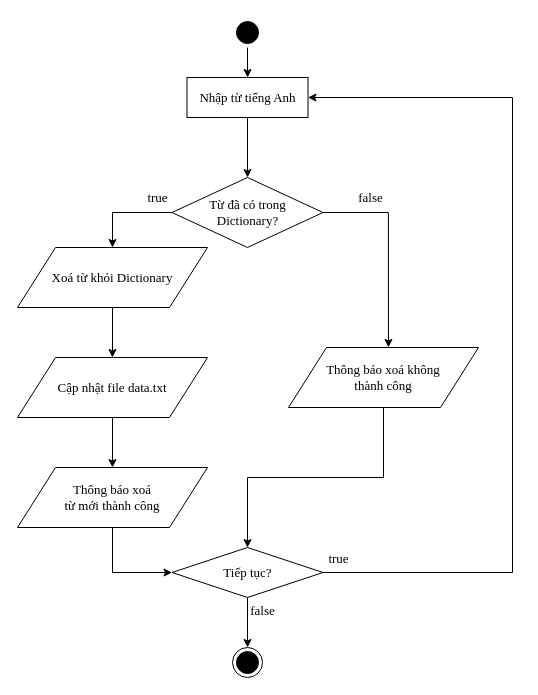
Earlier version of the draw.io diagram page "delete" (5 of 6) of docs/diagram/function.drawio (daomtthuan/dictionary). Source tidied: cells renumbered, new cells numbered last; positions are measured from the earlier drawing's top-left corner, leaving out a move shared by most shapes. Both pictures are drawn from the tidied source at 100%, with x=0, y=0 at pixel (17, 17).
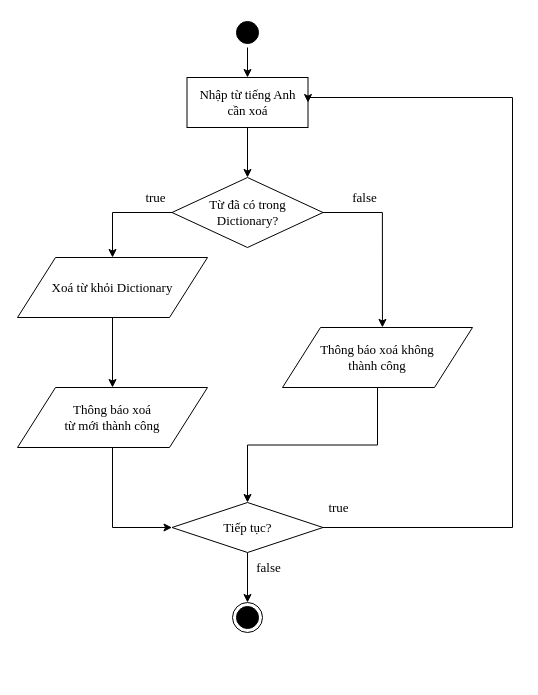
Above is the later version.

What changed in the source:
```diff
@@
-    <mxCell id="4" value="Nhập từ tiếng Anh" style="html=1;dashed=0;whitespace=wrap;strokeColor=#000000;fontFamily=Times New Roman;fontSize=13;" parent="1" vertex="1">
-      <mxGeometry x="169.5" y="60" width="121" height="40" as="geometry" />
+    <mxCell id="4" value="Nhập từ tiếng Anh&lt;br&gt;cần xoá" style="html=1;dashed=0;whitespace=wrap;strokeColor=#000000;fontFamily=Times New Roman;fontSize=13;" parent="1" vertex="1">
+      <mxGeometry x="169.5" y="60" width="121" height="50" as="geometry" />
     </mxCell>
@@
     <mxCell id="9" value="Thông báo xoá không&lt;br&gt;thành công" style="shape=parallelogram;perimeter=parallelogramPerimeter;whiteSpace=wrap;html=1;dashed=0;strokeColor=#000000;fontFamily=Times New Roman;fontSize=13;" parent="1" vertex="1">
-      <mxGeometry x="271" y="330" width="190" height="60" as="geometry" />
+      <mxGeometry x="265" y="310" width="190" height="60" as="geometry" />
     </mxCell>
@@
     <mxCell id="11" value="Thông báo xoá&lt;br&gt;từ mới thành công" style="shape=parallelogram;perimeter=parallelogramPerimeter;whiteSpace=wrap;html=1;dashed=0;strokeColor=#000000;fontFamily=Times New Roman;fontSize=13;" parent="1" vertex="1">
-      <mxGeometry y="450" width="190" height="60" as="geometry" />
+      <mxGeometry y="370" width="190" height="60" as="geometry" />
     </mxCell>
-    <mxCell id="12" style="edgeStyle=orthogonalEdgeStyle;rounded=0;jettySize=auto;html=1;entryX=0.5;entryY=0;entryDx=0;entryDy=0;strokeColor=#000000;fontFamily=Times New Roman;fontSize=13;" parent="1" edge="1" source="13" target="17">
-      <mxGeometry relative="1" as="geometry" />
-    </mxCell>
+    <mxCell id="21" style="edgeStyle=orthogonalEdgeStyle;rounded=0;jettySize=auto;html=1;entryX=0.5;entryY=0;entryDx=0;entryDy=0;" parent="1" edge="1" source="13" target="11">
+      <mxGeometry relative="1" as="geometry" />
+    </mxCell>
     <mxCell id="13" value="Xoá từ khỏi Dictionary" style="shape=parallelogram;perimeter=parallelogramPerimeter;whiteSpace=wrap;html=1;dashed=0;strokeColor=#000000;fontFamily=Times New Roman;fontSize=13;" parent="1" vertex="1">
-      <mxGeometry y="230" width="190" height="60" as="geometry" />
+      <mxGeometry y="240" width="190" height="60" as="geometry" />
     </mxCell>
     <mxCell id="14" style="ellipse;html=1;shape=endState;fillColor=#000000;strokeColor=#000000;fontFamily=Times New Roman;fontSize=13;" parent="1" vertex="1">
-      <mxGeometry x="215" y="630" width="30" height="30" as="geometry" />
+      <mxGeometry x="215" y="585" width="30" height="30" as="geometry" />
     </mxCell>
@@
-    <mxCell id="16" style="edgeStyle=orthogonalEdgeStyle;rounded=0;jettySize=auto;html=1;entryX=0.5;entryY=0;entryDx=0;entryDy=0;strokeColor=#000000;fontFamily=Times New Roman;fontSize=13;" parent="1" edge="1" source="17" target="11">
-      <mxGeometry relative="1" as="geometry" />
-    </mxCell>
-    <mxCell id="17" value="Cập nhật file data.txt" style="shape=parallelogram;perimeter=parallelogramPerimeter;whiteSpace=wrap;html=1;dashed=0;strokeColor=#000000;fontFamily=Times New Roman;fontSize=13;" parent="1" vertex="1">
-      <mxGeometry y="340" width="190" height="60" as="geometry" />
-    </mxCell>
     <mxCell id="18" value="false" style="edgeStyle=orthogonalEdgeStyle;rounded=0;jettySize=auto;html=1;entryX=0.5;entryY=0;entryDx=0;entryDy=0;strokeColor=#000000;fontFamily=Times New Roman;fontSize=13;" parent="1" edge="1" source="20" target="14">
-      <mxGeometry x="-0.5" y="15" relative="1" as="geometry" />
+      <mxGeometry x="-0.4" y="21" relative="1" as="geometry" />
     </mxCell>
-    <mxCell id="19" value="true" style="edgeStyle=orthogonalEdgeStyle;rounded=0;jettySize=auto;html=1;entryX=1;entryY=0.5;entryDx=0;entryDy=0;strokeColor=#000000;fontFamily=Times New Roman;fontSize=13;" parent="1" edge="1" source="20" target="4">
-      <mxGeometry x="-0.53" y="174" relative="1" as="geometry">
+    <mxCell id="19" value="true" style="edgeStyle=orthogonalEdgeStyle;rounded=0;jettySize=auto;html=1;entryX=1;entryY=0.5;entryDx=0;entryDy=0;strokeColor=#000000;fontFamily=Times New Roman;fontSize=13;exitX=1;exitY=0.5;exitDx=0;exitDy=0;" parent="1" edge="1" source="20" target="4">
+      <mxGeometry x="-0.49" y="174" relative="1" as="geometry">
         <Array as="points">
-          <mxPoint x="495" y="555" />
+          <mxPoint x="495" y="510" />
           <mxPoint x="495" y="80" />
         </Array>
+        <mxPoint y="1" as="offset" />
       </mxGeometry>
     </mxCell>
     <mxCell id="20" value="Tiếp tục?" style="rhombus;whiteSpace=wrap;html=1;fontFamily=Times New Roman;fontSize=13;" parent="1" vertex="1">
-      <mxGeometry x="154.5" y="530" width="151" height="50" as="geometry" />
+      <mxGeometry x="154.5" y="485" width="151" height="50" as="geometry" />
     </mxCell>
```
